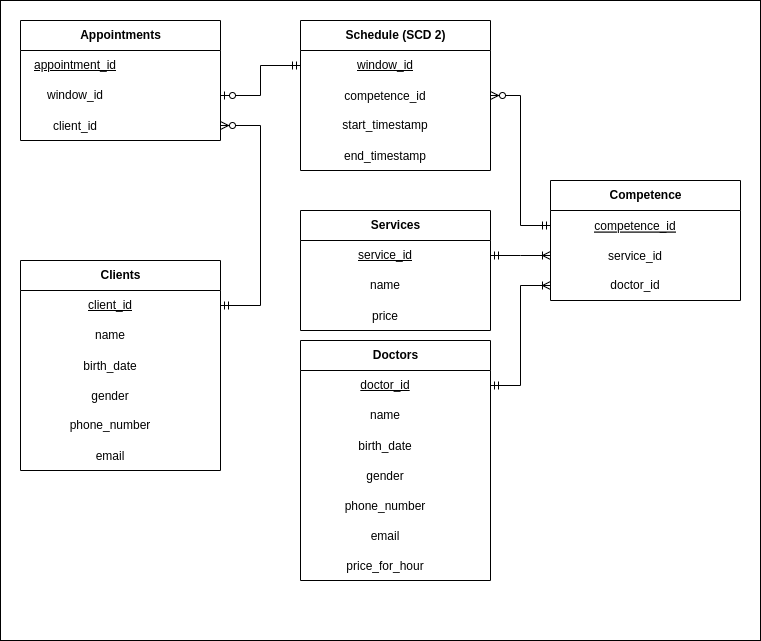
Earlier version of the draw.io export images/Logic-model.drawio.png (shonadoto/clinic-sheduler-DB). Source tidied: cells renumbered, new cells last; positions are measured from the earlier drawing's top-left corner, leaving out a move shared by most shapes.
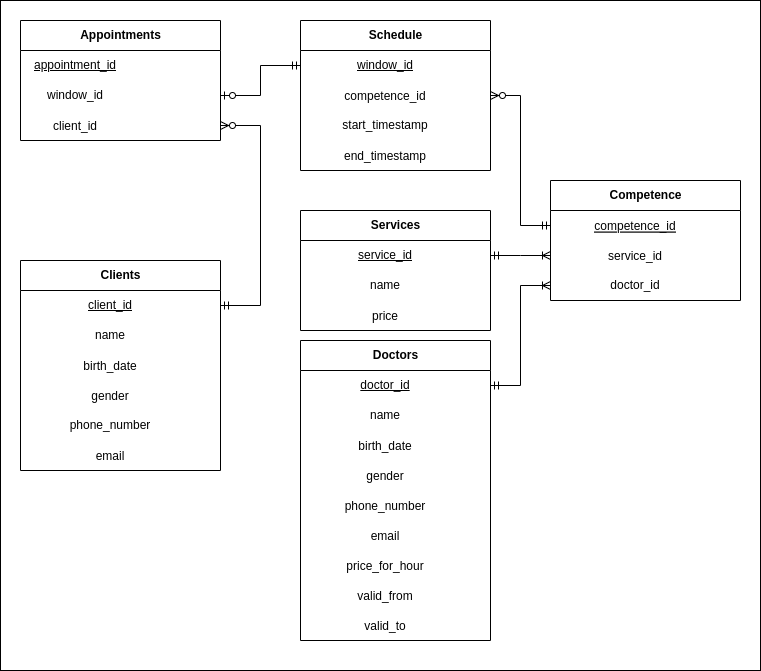
Later version of the same file.

Change to the diagram source:
```diff
@@ -3,7 +3,7 @@
     <mxCell id="0" />
     <mxCell id="1" parent="0" />
     <mxCell id="2" style="rounded=0;whiteSpace=wrap;html=1;" parent="1" vertex="1">
-      <mxGeometry width="760" height="640" as="geometry" />
+      <mxGeometry width="760" height="670" as="geometry" />
     </mxCell>
     <mxCell id="3" value="Clients" style="shape=table;startSize=30;rowLines=0;fontStyle=1;align=center;html=1;columnLines=0;" parent="1" vertex="1">
       <mxGeometry x="20" y="260" width="200" height="210" as="geometry" />
@@ -92,7 +92,7 @@
     <mxCell id="31" style="shape=partialRectangle;fillColor=none;top=0;left=0;bottom=0;right=0;align=left;spacingLeft=6;overflow=hidden;" parent="29" vertex="1">
       <mxGeometry x="170" width="20" height="30" as="geometry" />
     </mxCell>
-    <mxCell id="32" value="Schedule (SCD 2)" style="shape=table;startSize=30;rowLines=0;fontStyle=1;align=center;html=1;columnLines=0;" parent="1" vertex="1">
+    <mxCell id="32" value="Schedule" style="shape=table;startSize=30;rowLines=0;fontStyle=1;align=center;html=1;columnLines=0;" parent="1" vertex="1">
       <mxGeometry x="300" y="20" width="190" height="150" as="geometry" />
     </mxCell>
     <mxCell id="33" style="shape=tableRow;horizontal=0;startSize=0;swimlaneHead=0;swimlaneBody=0;fillColor=none;points=[[0,0.5],[1,0.5]];portConstraint=eastwest;top=0;left=0;right=0;bottom=0;" parent="32" vertex="1">
@@ -162,7 +162,7 @@
       <mxGeometry x="110" width="90" height="30" as="geometry" />
     </mxCell>
     <mxCell id="55" value="Doctors" style="shape=table;startSize=30;rowLines=0;fontStyle=1;align=center;html=1;columnLines=0;" parent="1" vertex="1">
-      <mxGeometry x="300" y="340" width="190" height="240" as="geometry" />
+      <mxGeometry x="300" y="340" width="190" height="300" as="geometry" />
     </mxCell>
     <mxCell id="56" style="shape=tableRow;horizontal=0;startSize=0;swimlaneHead=0;swimlaneBody=0;fillColor=none;points=[[0,0.5],[1,0.5]];portConstraint=eastwest;top=0;left=0;right=0;bottom=0;" parent="55" vertex="1">
       <mxGeometry y="30" width="190" height="30" as="geometry" />
@@ -227,6 +227,24 @@
     <mxCell id="76" style="shape=partialRectangle;fillColor=none;top=0;left=0;bottom=0;right=0;align=left;spacingLeft=6;overflow=hidden;" parent="74" vertex="1">
       <mxGeometry x="170" width="20" height="30" as="geometry" />
     </mxCell>
+    <mxCell id="92" style="shape=tableRow;horizontal=0;startSize=0;swimlaneHead=0;swimlaneBody=0;fillColor=none;top=0;left=0;right=0;bottom=0;" parent="55" vertex="1">
+      <mxGeometry y="240" width="190" height="30" as="geometry" />
+    </mxCell>
+    <mxCell id="93" value="valid_from" style="shape=partialRectangle;fillColor=none;top=0;left=0;bottom=0;right=0;overflow=hidden;" parent="92" vertex="1">
+      <mxGeometry width="170" height="30" as="geometry" />
+    </mxCell>
+    <mxCell id="94" style="shape=partialRectangle;fillColor=none;top=0;left=0;bottom=0;right=0;align=left;spacingLeft=6;overflow=hidden;" parent="92" vertex="1">
+      <mxGeometry x="170" width="20" height="30" as="geometry" />
+    </mxCell>
+    <mxCell id="95" style="shape=tableRow;horizontal=0;startSize=0;swimlaneHead=0;swimlaneBody=0;fillColor=none;top=0;left=0;right=0;bottom=0;" parent="55" vertex="1">
+      <mxGeometry y="270" width="190" height="30" as="geometry" />
+    </mxCell>
+    <mxCell id="96" value="valid_to" style="shape=partialRectangle;fillColor=none;top=0;left=0;bottom=0;right=0;overflow=hidden;" parent="95" vertex="1">
+      <mxGeometry width="170" height="30" as="geometry" />
+    </mxCell>
+    <mxCell id="97" style="shape=partialRectangle;fillColor=none;top=0;left=0;bottom=0;right=0;align=left;spacingLeft=6;overflow=hidden;" parent="95" vertex="1">
+      <mxGeometry x="170" width="20" height="30" as="geometry" />
+    </mxCell>
     <mxCell id="77" value="Competence" style="shape=table;startSize=30;rowLines=0;fontStyle=1;align=center;html=1;columnLines=0;" parent="1" vertex="1">
       <mxGeometry x="550" y="180" width="190" height="120" as="geometry" />
     </mxCell>
```
